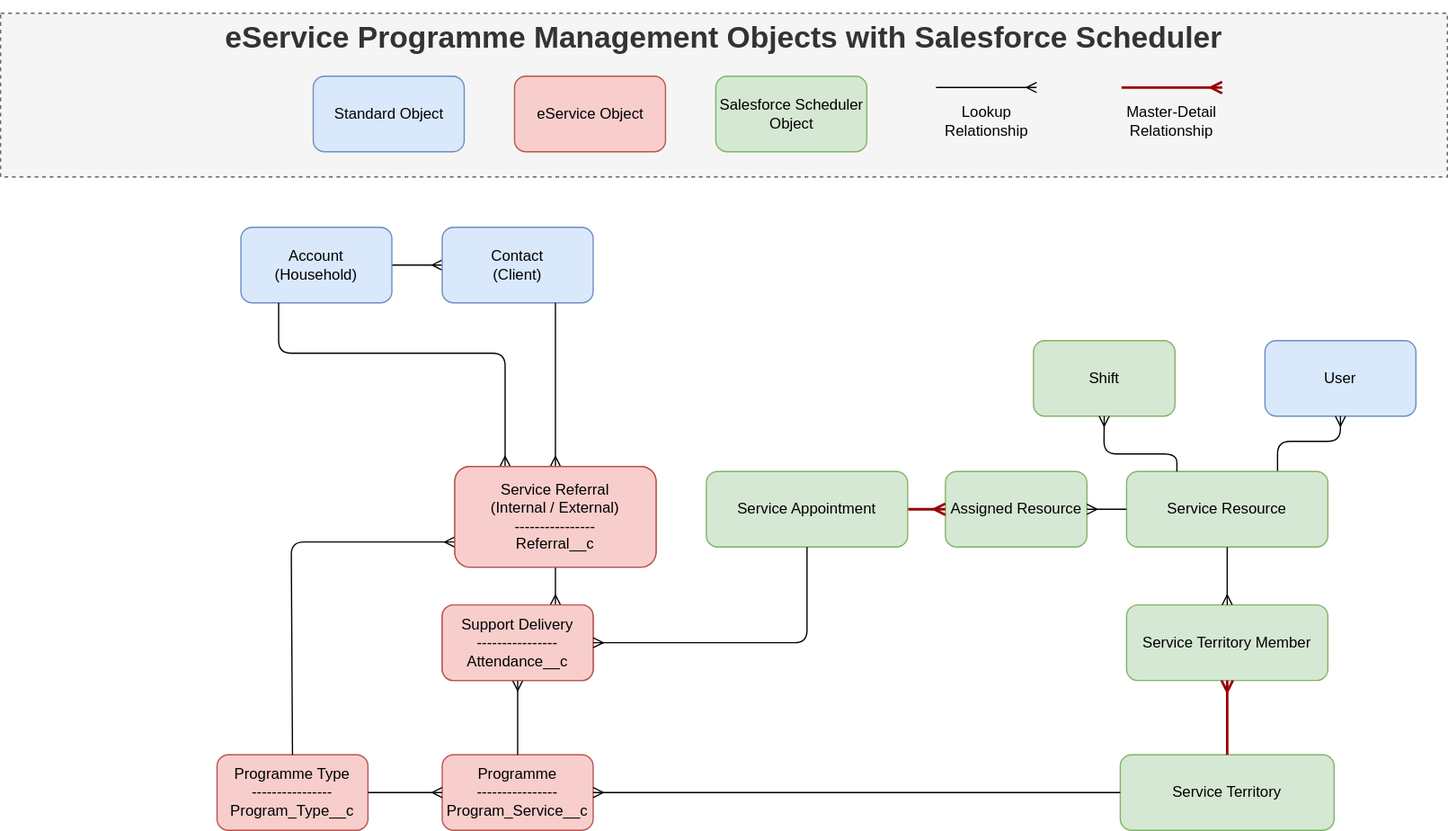
Before: docs/ERD.drawio.svg, a diagram exported from draw.io (Enclude-Components/eService-Scheduler). Source tidied: cells renumbered, new cells last; positions are measured from the earlier drawing's top-left corner, leaving out a move shared by most shapes.
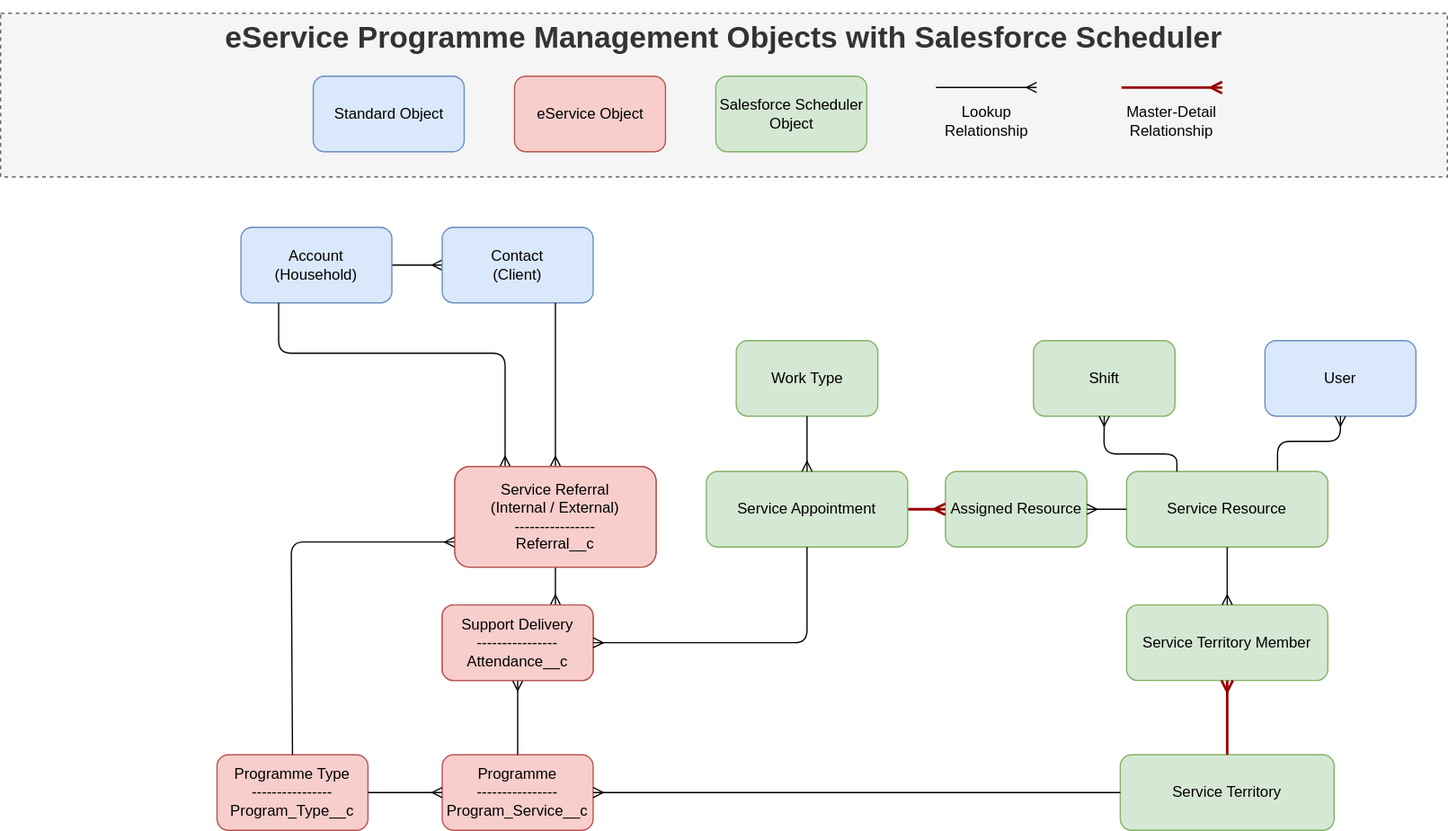
The same file after the commit.

The edit, as a diff of the source:
```diff
@@ -146,5 +146,11 @@
         </Array>
       </mxGeometry>
     </mxCell>
+    <mxCell id="40" value="Work Type" style="rounded=1;whiteSpace=wrap;html=1;fillColor=#d5e8d4;strokeColor=#82b366;" parent="1" vertex="1">
+      <mxGeometry x="584.8" y="260" width="112.5" height="60" as="geometry" />
+    </mxCell>
+    <mxCell id="41" style="edgeStyle=none;html=1;endArrow=ERmany;endFill=0;exitX=0.5;exitY=1;exitDx=0;exitDy=0;strokeWidth=1;strokeColor=#000000;entryX=0.5;entryY=0;entryDx=0;entryDy=0;" parent="1" edge="1" source="40" target="35">
+      <mxGeometry relative="1" as="geometry" />
+    </mxCell>
   </root>
 </mxGraphModel>
```
